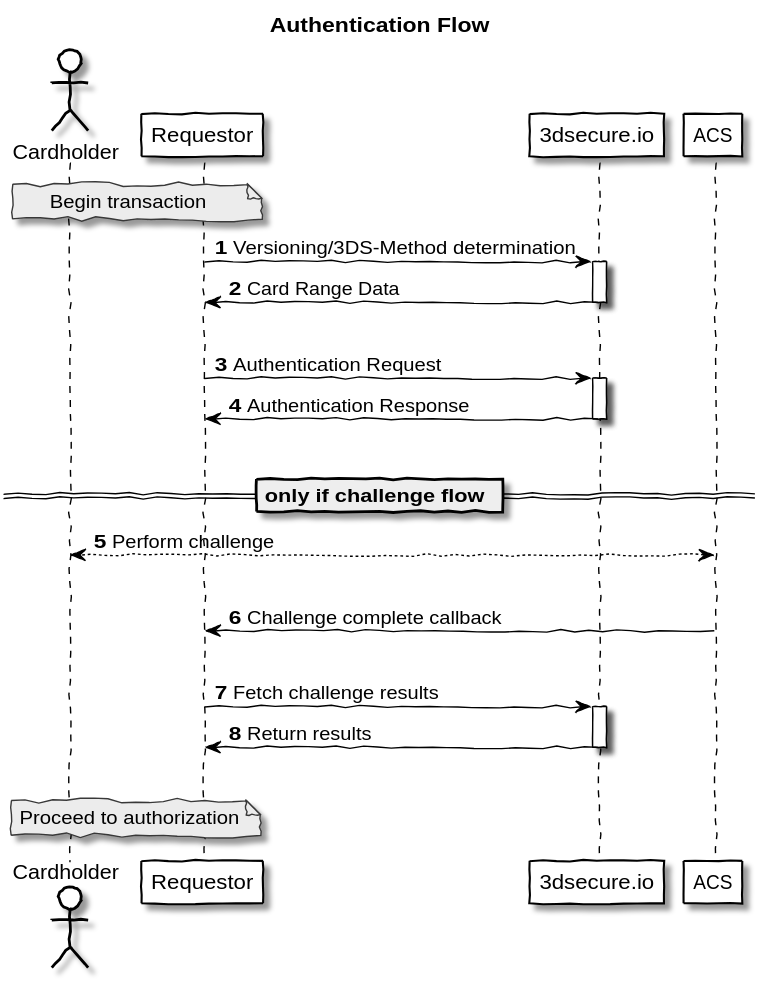
Earlier version of the PlantUML export authentication.svg (clearhaus/3DSv2-api-documentation). Its diagram source:
```plantuml
@startuml
title Authentication Flow
autonumber
skinparam handwritten true
skinparam monochrome true

skinparam sequence {
	ArrowColor Black
	ActorBorderColor black
	LifeLineBorderColor black

	ParticipantBorderColor black
	ParticipantFontColor black
	ParticipantBackgroundColor white

	ActorFontColor black
	ActorBackgroundColor white

  NoteBackgroundColor white
}


actor Cardholder
participant Requestor
participant "3dsecure.io"
participant ACS

note over Cardholder, Requestor
  Begin transaction
end note
Requestor -> "3dsecure.io": Versioning/3DS-Method determination
activate "3dsecure.io"

"3dsecure.io" -> Requestor: Card Range Data
deactivate "3dsecure.io"

|||

Requestor -> "3dsecure.io": Authentication Request
activate "3dsecure.io"
"3dsecure.io" -> Requestor: Authentication Response
deactivate "3dsecure.io"

|||

== only if challenge flow ==
Cardholder <--> ACS: Perform challenge

|||

ACS -> Requestor: Challenge complete callback

|||

Requestor -> "3dsecure.io" : Fetch challenge results
activate "3dsecure.io"
"3dsecure.io" -> Requestor : Return results
deactivate "3dsecure.io"

|||

note over Cardholder, Requestor
  Proceed to authorization
end note
@enduml
```
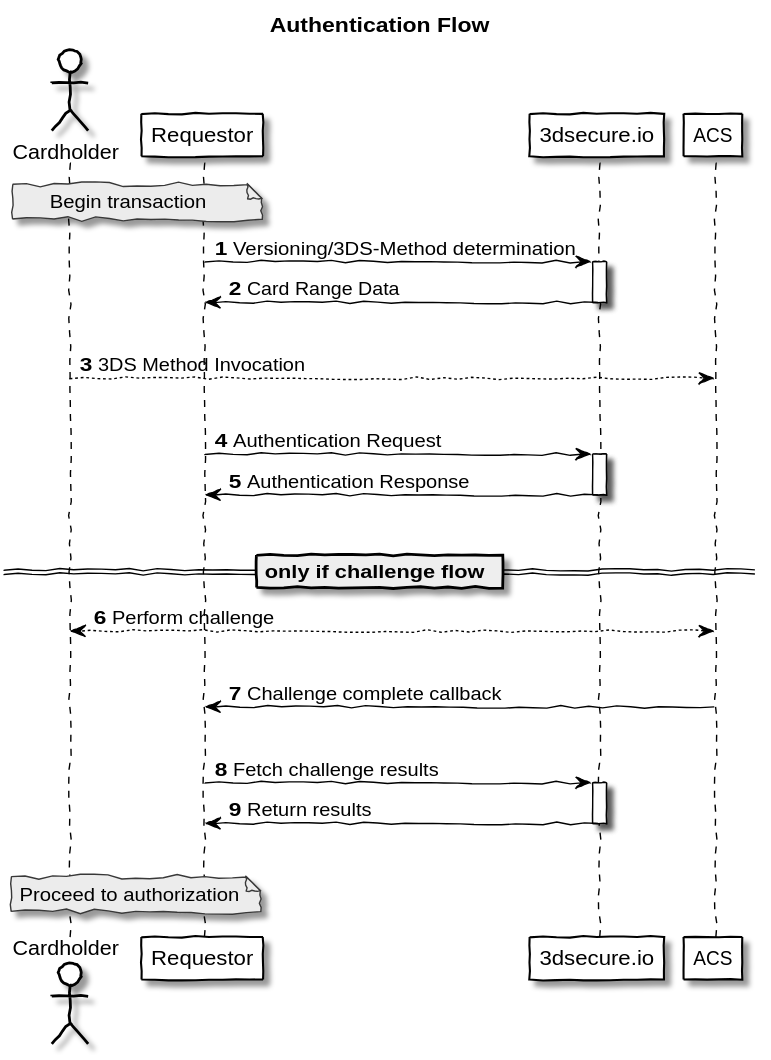
After the change.

Commit message:
Add 3DSMethod to sequence diagram.

Change to the diagram source:
```diff
@@ -36,6 +36,10 @@
 
 |||
 
+Cardholder --> ACS: 3DS Method Invocation
+
+|||
+
 Requestor -> "3dsecure.io": Authentication Request
 activate "3dsecure.io"
 "3dsecure.io" -> Requestor: Authentication Response
```
